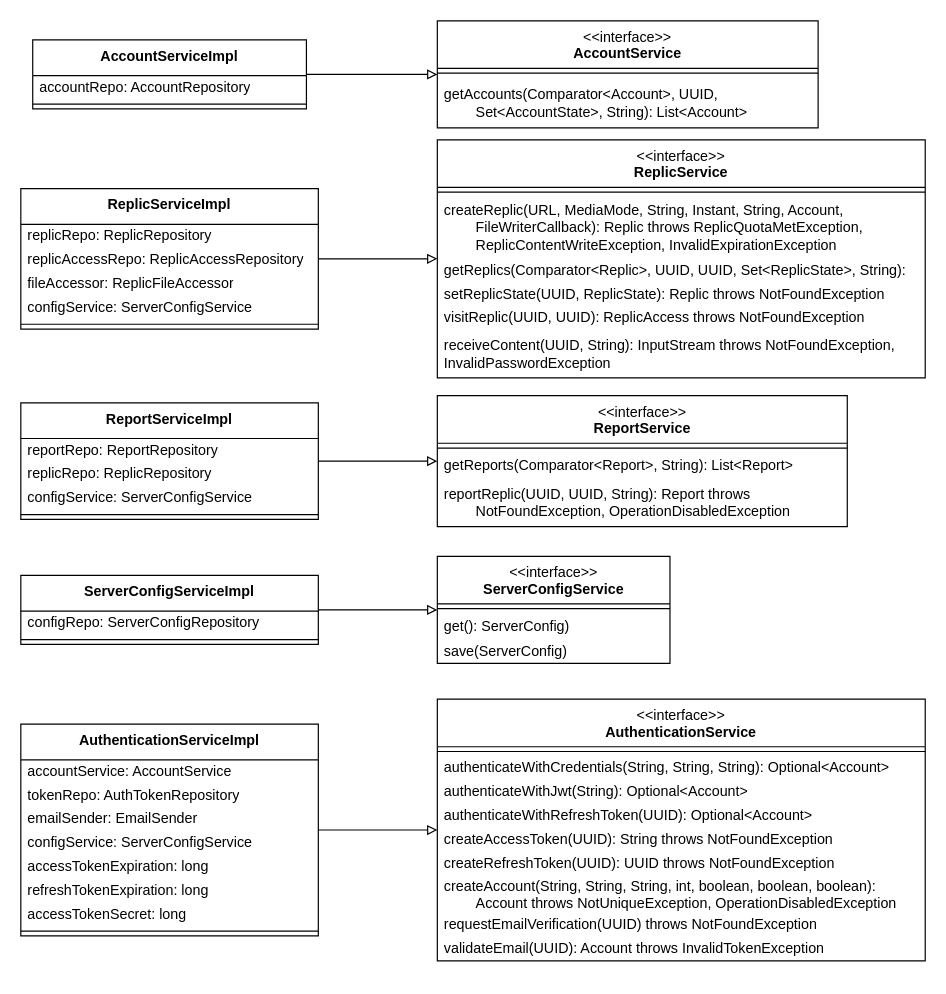
Above: content/drawio/class/server/domain-services-p.drawio in replic-read/design (draw.io), before the change. Source tidied: cells renumbered, new cells numbered last; positions are measured from the earlier drawing's top-left corner, leaving out a move shared by most shapes. Both pictures are drawn from the tidied source at 119%, with x=0, y=0 at pixel (20, 20).
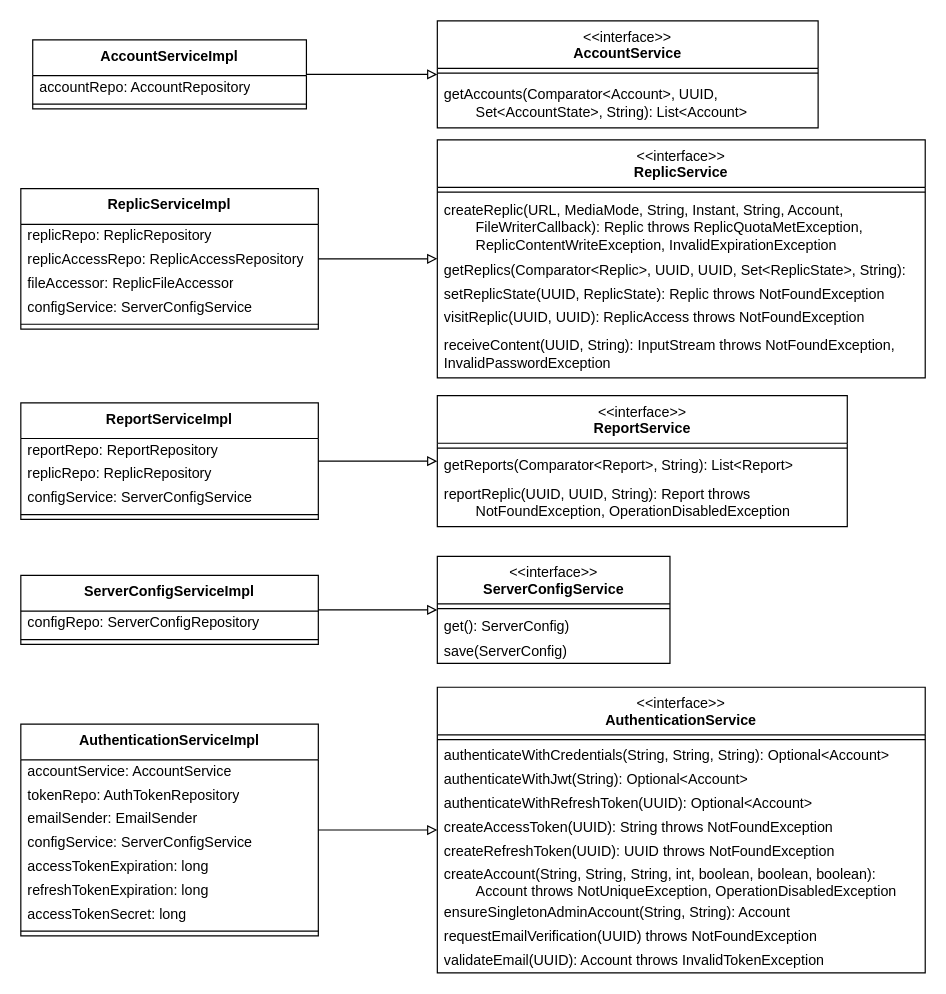
The same diagram, later.

What changed in the source:
```diff
@@
     <mxCell id="5" value="&amp;lt;&amp;lt;interface&amp;gt;&amp;gt;&lt;br&gt;&lt;b&gt;AuthenticationService&lt;/b&gt;&lt;div&gt;&lt;br&gt;&lt;/div&gt;" style="swimlane;fontStyle=0;align=center;verticalAlign=top;horizontal=1;startSize=40;html=1;whiteSpace=wrap;" parent="1" vertex="1">
-      <mxGeometry x="350" y="570" width="410" height="220" as="geometry" />
+      <mxGeometry x="350" y="560" width="410" height="240" as="geometry" />
     </mxCell>
@@
+    <mxCell id="61" value="ensureSingletonAdminAccount(String, String): Account" style="text;html=1;strokeColor=none;fillColor=none;align=left;verticalAlign=middle;spacingLeft=4;spacingRight=4;overflow=hidden;whiteSpace=wrap;" parent="5" vertex="1">
+      <mxGeometry y="180" width="410" height="20" as="geometry" />
+    </mxCell>
     <mxCell id="13" value="requestEmailVerification(UUID) throws NotFoundException" style="text;html=1;strokeColor=none;fillColor=none;align=left;verticalAlign=middle;spacingLeft=4;spacingRight=4;overflow=hidden;whiteSpace=wrap;" parent="5" vertex="1">
-      <mxGeometry y="180" width="410" height="20" as="geometry" />
+      <mxGeometry y="200" width="410" height="20" as="geometry" />
     </mxCell>
     <mxCell id="14" value="validateEmail(UUID): Account throws InvalidTokenException" style="text;html=1;strokeColor=none;fillColor=none;align=left;verticalAlign=middle;spacingLeft=4;spacingRight=4;overflow=hidden;whiteSpace=wrap;" parent="5" vertex="1">
-      <mxGeometry y="200" width="410" height="20" as="geometry" />
+      <mxGeometry y="220" width="410" height="20" as="geometry" />
     </mxCell>
```
